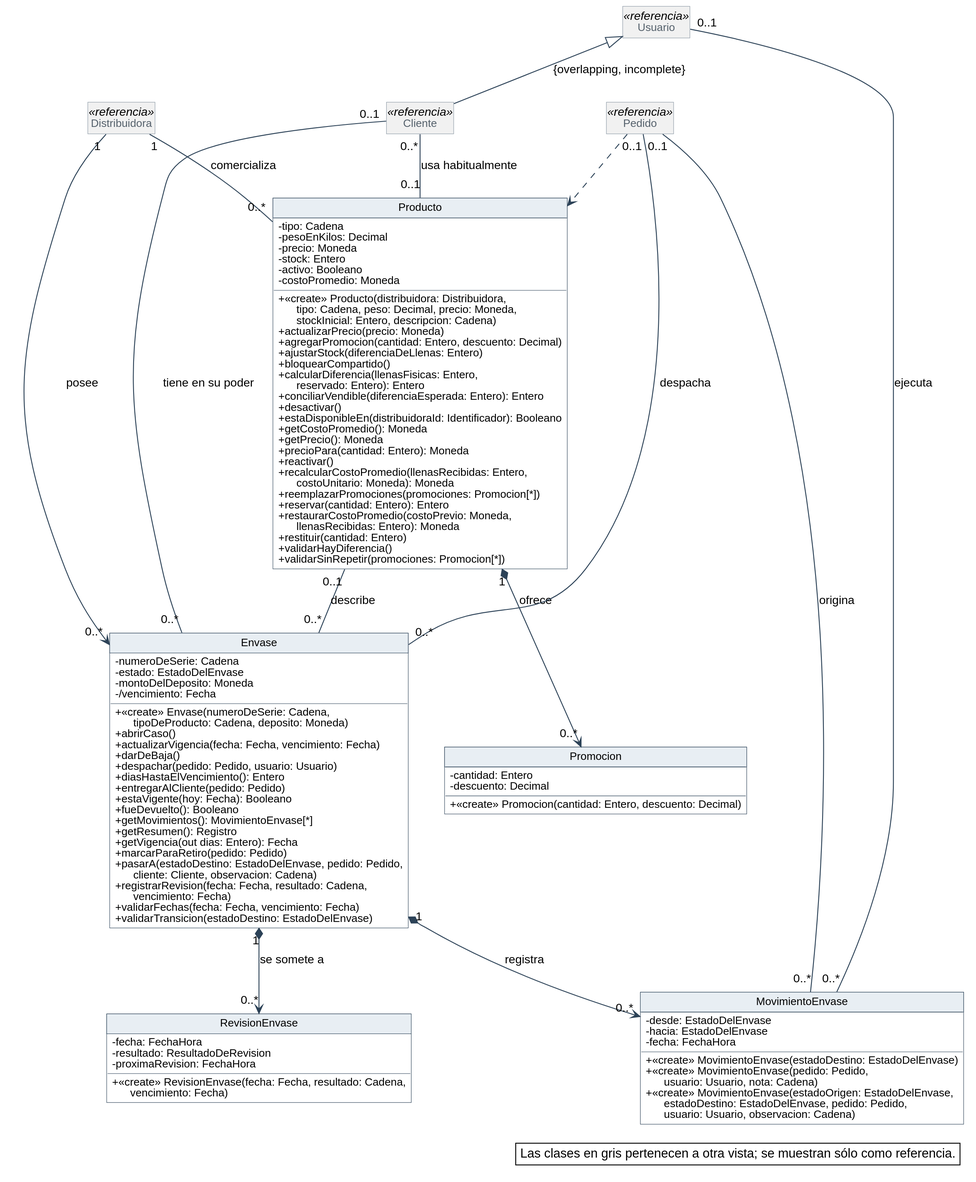
Nahuelito-Dev/splg-docs keeps this PlantUML diagram as diagramas/clases-diseno/DC_Productos-y-envases.svg. Above is the earlier version.
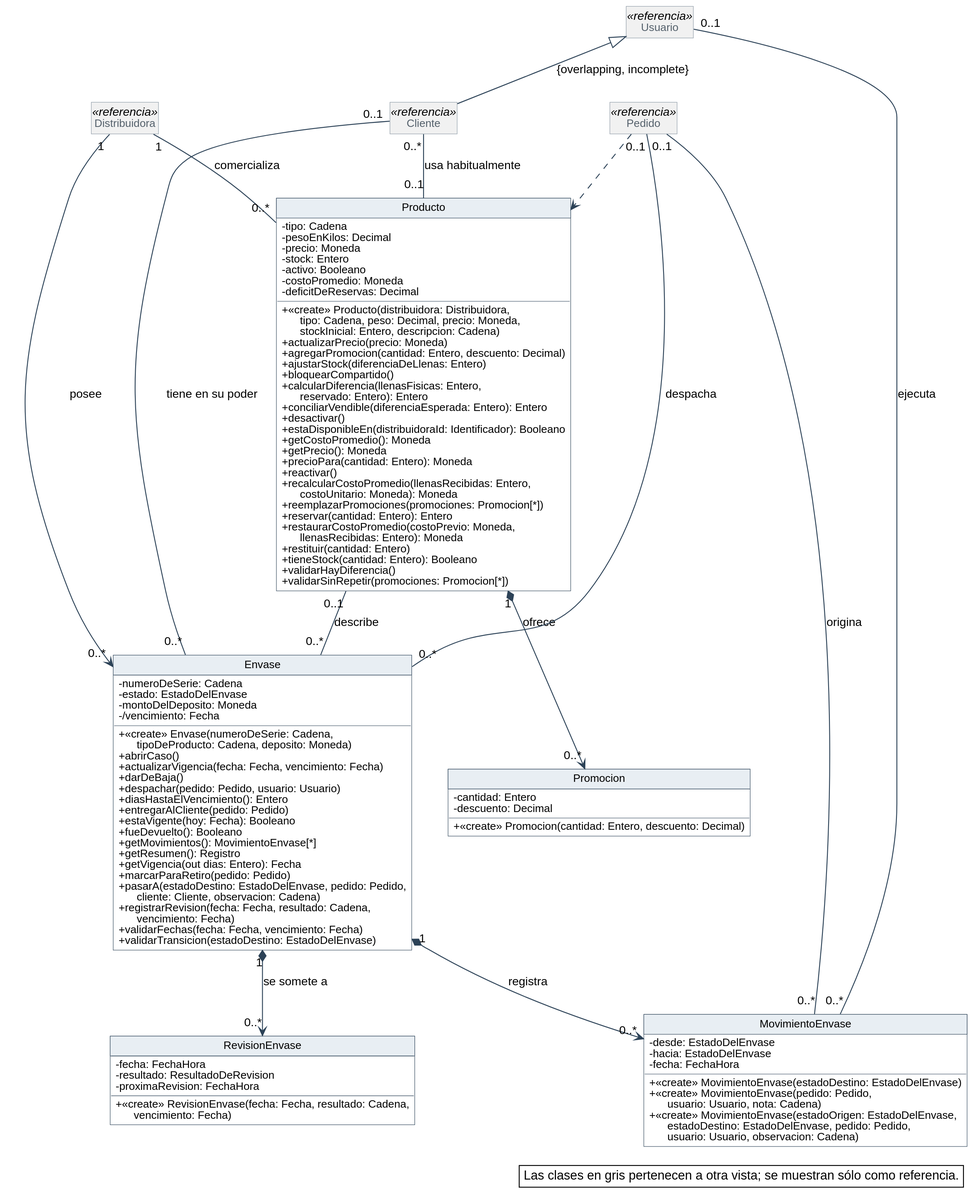
Later version of the same file.

Change to the diagram source:
```diff
@@ -64,6 +64,7 @@
   - stock: Entero
   - activo: Booleano
   - costoPromedio: Moneda
+  - deficitDeReservas: Decimal
   + «create» Producto(distribuidora: Distribuidora,\n      tipo: Cadena, peso: Decimal, precio: Moneda,\n      stockInicial: Entero, descripcion: Cadena)
   + actualizarPrecio(precio: Moneda)
   + agregarPromocion(cantidad: Entero, descuento: Decimal)
@@ -82,6 +83,7 @@
   + reservar(cantidad: Entero): Entero
   + restaurarCostoPromedio(costoPrevio: Moneda,\n      llenasRecibidas: Entero): Moneda
   + restituir(cantidad: Entero)
+  + tieneStock(cantidad: Entero): Booleano
   + validarHayDiferencia()
   + validarSinRepetir(promociones: Promocion[*])
 }
```
